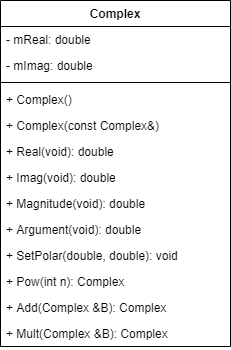
deeperj/rust keeps this draw.io diagram as schema/complex class diagram.png. Above is the earlier version. Source tidied: cells renumbered, new cells last; positions are measured from the earlier drawing's top-left corner, leaving out a move shared by most shapes.
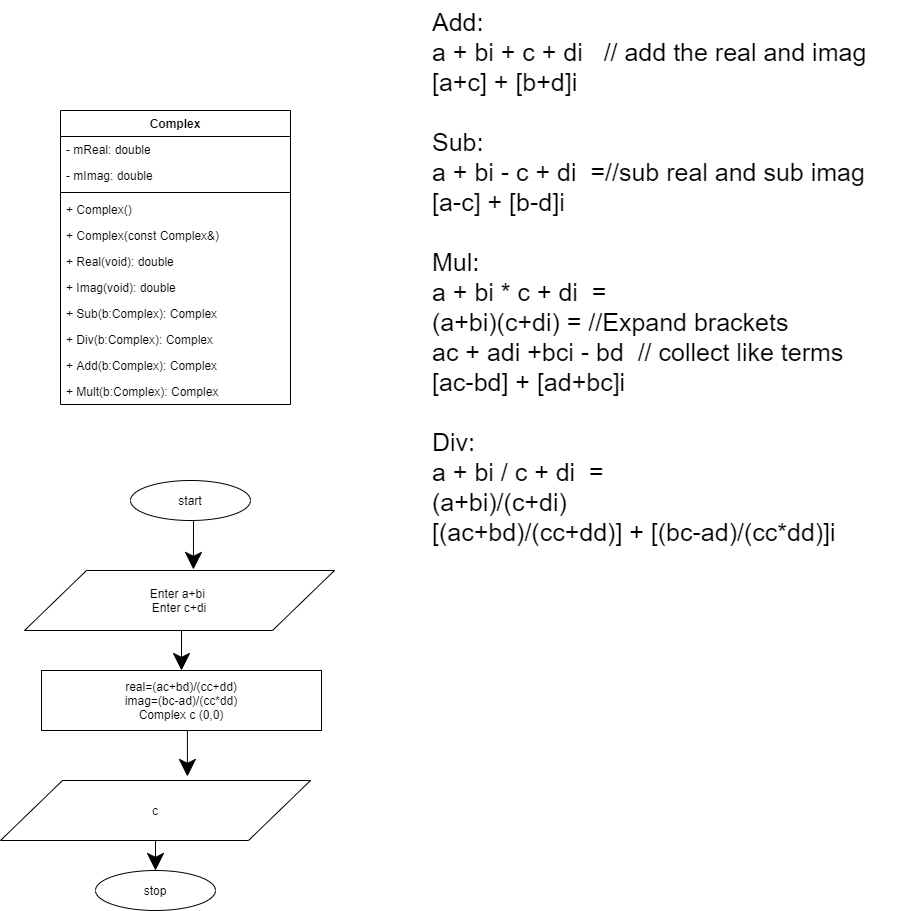
Above is the later version.

Diff of the diagram source:
```diff
@@ -3,7 +3,7 @@
     <mxCell id="0" />
     <mxCell id="1" parent="0" />
     <mxCell id="2" value="Complex" style="swimlane;fontStyle=1;align=center;verticalAlign=top;horizontal=1;startSize=26;" parent="1" vertex="1">
-      <mxGeometry width="230" height="346" as="geometry" />
+      <mxGeometry width="230" height="294" as="geometry" />
     </mxCell>
     <mxCell id="3" value="- mReal: double" style="text;strokeColor=none;fillColor=none;align=left;verticalAlign=top;spacingLeft=4;spacingRight=4;overflow=hidden;" parent="2" vertex="1">
       <mxGeometry y="26" width="230" height="26" as="geometry" />
@@ -26,23 +26,47 @@
     <mxCell id="9" value="+ Imag(void): double" style="text;strokeColor=none;fillColor=none;align=left;verticalAlign=top;spacingLeft=4;spacingRight=4;overflow=hidden;" parent="2" vertex="1">
       <mxGeometry y="164" width="230" height="26" as="geometry" />
     </mxCell>
-    <mxCell id="10" value="+ Magnitude(void): double" style="text;strokeColor=none;fillColor=none;align=left;verticalAlign=top;spacingLeft=4;spacingRight=4;overflow=hidden;" parent="2" vertex="1">
+    <mxCell id="10" value="+ Sub(b:Complex): Complex" style="text;strokeColor=none;fillColor=none;align=left;verticalAlign=top;spacingLeft=4;spacingRight=4;overflow=hidden;" parent="2" vertex="1">
       <mxGeometry y="190" width="230" height="26" as="geometry" />
     </mxCell>
-    <mxCell id="11" value="+ Argument(void): double" style="text;strokeColor=none;fillColor=none;align=left;verticalAlign=top;spacingLeft=4;spacingRight=4;overflow=hidden;" parent="2" vertex="1">
+    <mxCell id="11" value="+ Div(b:Complex): Complex" style="text;strokeColor=none;fillColor=none;align=left;verticalAlign=top;spacingLeft=4;spacingRight=4;overflow=hidden;" parent="2" vertex="1">
       <mxGeometry y="216" width="230" height="26" as="geometry" />
     </mxCell>
-    <mxCell id="12" value="+ SetPolar(double, double): void" style="text;strokeColor=none;fillColor=none;align=left;verticalAlign=top;spacingLeft=4;spacingRight=4;overflow=hidden;" parent="2" vertex="1">
-      <mxGeometry y="242" width="230" height="26" as="geometry" />
-    </mxCell>
-    <mxCell id="13" value="+ Pow(int n): Complex" style="text;strokeColor=none;fillColor=none;align=left;verticalAlign=top;spacingLeft=4;spacingRight=4;overflow=hidden;" parent="2" vertex="1">
-      <mxGeometry y="268" width="230" height="26" as="geometry" />
-    </mxCell>
-    <mxCell id="14" value="+ Add(Complex &amp;B): Complex" style="text;strokeColor=none;fillColor=none;align=left;verticalAlign=top;spacingLeft=4;spacingRight=4;overflow=hidden;" parent="2" vertex="1">
-      <mxGeometry y="294" width="230" height="26" as="geometry" />
+    <mxCell id="14" value="+ Add(b:Complex): Complex" style="text;strokeColor=none;fillColor=none;align=left;verticalAlign=top;spacingLeft=4;spacingRight=4;overflow=hidden;" parent="2" vertex="1">
+      <mxGeometry y="242" width="230" height="26" as="geometry" />
     </mxCell>
-    <mxCell id="15" value="+ Mult(Complex &amp;B): Complex" style="text;strokeColor=none;fillColor=none;align=left;verticalAlign=top;spacingLeft=4;spacingRight=4;overflow=hidden;" parent="2" vertex="1">
-      <mxGeometry y="320" width="230" height="26" as="geometry" />
+    <mxCell id="15" value="+ Mult(b:Complex): Complex" style="text;strokeColor=none;fillColor=none;align=left;verticalAlign=top;spacingLeft=4;spacingRight=4;overflow=hidden;" parent="2" vertex="1">
+      <mxGeometry y="268" width="230" height="26" as="geometry" />
     </mxCell>
+    <mxCell id="16" value="&lt;font style=&quot;font-size: 25px&quot;&gt;&lt;font style=&quot;font-size: 25px&quot;&gt;Add:&lt;br&gt;a + bi + c + di&amp;nbsp; &amp;nbsp;// add the real and imag&lt;br&gt;[a+c] + [b+d]i&lt;br&gt;&lt;br&gt;Sub:&lt;br&gt;&lt;/font&gt;&lt;div&gt;&lt;font style=&quot;font-size: 25px&quot;&gt;a + bi - c + di&amp;nbsp; =//sub real and sub imag&lt;/font&gt;&lt;/div&gt;&lt;div&gt;&lt;font style=&quot;font-size: 25px&quot;&gt;[a-c] + [b-d]i&lt;/font&gt;&lt;/div&gt;&lt;div&gt;&lt;font style=&quot;font-size: 25px&quot;&gt;&lt;br&gt;&lt;/font&gt;&lt;/div&gt;&lt;font style=&quot;font-size: 25px&quot;&gt;Mul:&lt;br&gt;&lt;/font&gt;&lt;div&gt;&lt;font style=&quot;font-size: 25px&quot;&gt;a + bi * c + di&amp;nbsp; =&lt;/font&gt;&lt;/div&gt;&lt;div&gt;&lt;font style=&quot;font-size: 25px&quot;&gt;(a+bi)(c+di) = //Expand brackets&lt;/font&gt;&lt;/div&gt;&lt;div&gt;&lt;font style=&quot;font-size: 25px&quot;&gt;ac + adi +bci - bd&amp;nbsp; // collect like terms&lt;/font&gt;&lt;/div&gt;&lt;div&gt;&lt;font style=&quot;font-size: 25px&quot;&gt;[ac-bd] + [ad+bc]i&lt;/font&gt;&lt;/div&gt;&lt;div&gt;&lt;font style=&quot;font-size: 25px&quot;&gt;&lt;br&gt;&lt;/font&gt;&lt;/div&gt;&lt;font style=&quot;font-size: 25px&quot;&gt;Div:&lt;br&gt;&lt;/font&gt;&lt;div&gt;&lt;font style=&quot;font-size: 25px&quot;&gt;a + bi / c + di&amp;nbsp; =&lt;/font&gt;&lt;/div&gt;&lt;div&gt;(a+bi)/(c+di)&lt;/div&gt;&lt;div&gt;[(ac+bd)/(cc+dd)] + [(bc-ad)/(cc*dd)]i&lt;/div&gt;&lt;/font&gt;" style="text;html=1;strokeColor=none;fillColor=none;align=left;verticalAlign=top;whiteSpace=wrap;rounded=0;" parent="1" vertex="1">
+      <mxGeometry x="370" y="-110" width="470" height="650" as="geometry" />
+    </mxCell>
+    <mxCell id="17" style="edgeStyle=orthogonalEdgeStyle;rounded=0;jettySize=auto;html=1;exitX=0.5;exitY=1;exitDx=0;exitDy=0;entryX=0.545;entryY=-0.017;entryDx=0;entryDy=0;entryPerimeter=0;endSize=15;" parent="1" edge="1" source="18" target="20">
+      <mxGeometry relative="1" as="geometry" />
+    </mxCell>
+    <mxCell id="18" value="start" style="ellipse;whiteSpace=wrap;html=1;align=center;" parent="1" vertex="1">
+      <mxGeometry x="70" y="370" width="120" height="40" as="geometry" />
+    </mxCell>
+    <mxCell id="19" style="edgeStyle=orthogonalEdgeStyle;rounded=0;jettySize=auto;html=1;exitX=0.5;exitY=1;exitDx=0;exitDy=0;entryX=0.5;entryY=0;entryDx=0;entryDy=0;endSize=15;strokeColor=#000000;" parent="1" edge="1" source="20" target="22">
+      <mxGeometry relative="1" as="geometry" />
+    </mxCell>
+    <mxCell id="20" value="Enter a+bi&amp;nbsp;&lt;br&gt;Enter c+di" style="shape=parallelogram;perimeter=parallelogramPerimeter;whiteSpace=wrap;html=1;align=center;" parent="1" vertex="1">
+      <mxGeometry x="-36" y="460" width="310" height="60" as="geometry" />
+    </mxCell>
+    <mxCell id="21" style="edgeStyle=orthogonalEdgeStyle;rounded=0;jettySize=auto;html=1;exitX=0.5;exitY=1;exitDx=0;exitDy=0;entryX=0.603;entryY=-0.067;entryDx=0;entryDy=0;entryPerimeter=0;endSize=15;strokeColor=#000000;" parent="1" edge="1" source="22" target="24">
+      <mxGeometry relative="1" as="geometry" />
+    </mxCell>
+    <mxCell id="22" value="real=(ac+bd)/(cc+dd)&lt;br&gt;imag=(bc-ad)/(cc*dd)&lt;br&gt;Complex c (0,0)" style="rounded=0;whiteSpace=wrap;html=1;align=center;" parent="1" vertex="1">
+      <mxGeometry x="-19" y="560" width="280" height="60" as="geometry" />
+    </mxCell>
+    <mxCell id="23" style="edgeStyle=orthogonalEdgeStyle;rounded=0;jettySize=auto;html=1;exitX=0.5;exitY=1;exitDx=0;exitDy=0;entryX=0.5;entryY=0;entryDx=0;entryDy=0;endSize=15;strokeColor=#000000;" parent="1" edge="1" source="24" target="25">
+      <mxGeometry relative="1" as="geometry" />
+    </mxCell>
+    <mxCell id="24" value="c" style="shape=parallelogram;perimeter=parallelogramPerimeter;whiteSpace=wrap;html=1;align=center;" parent="1" vertex="1">
+      <mxGeometry x="-60" y="670" width="310" height="60" as="geometry" />
+    </mxCell>
+    <mxCell id="25" value="stop" style="ellipse;whiteSpace=wrap;html=1;align=center;" parent="1" vertex="1">
+      <mxGeometry x="35" y="760" width="120" height="40" as="geometry" />
+    </mxCell>
   </root>
 </mxGraphModel>
```
